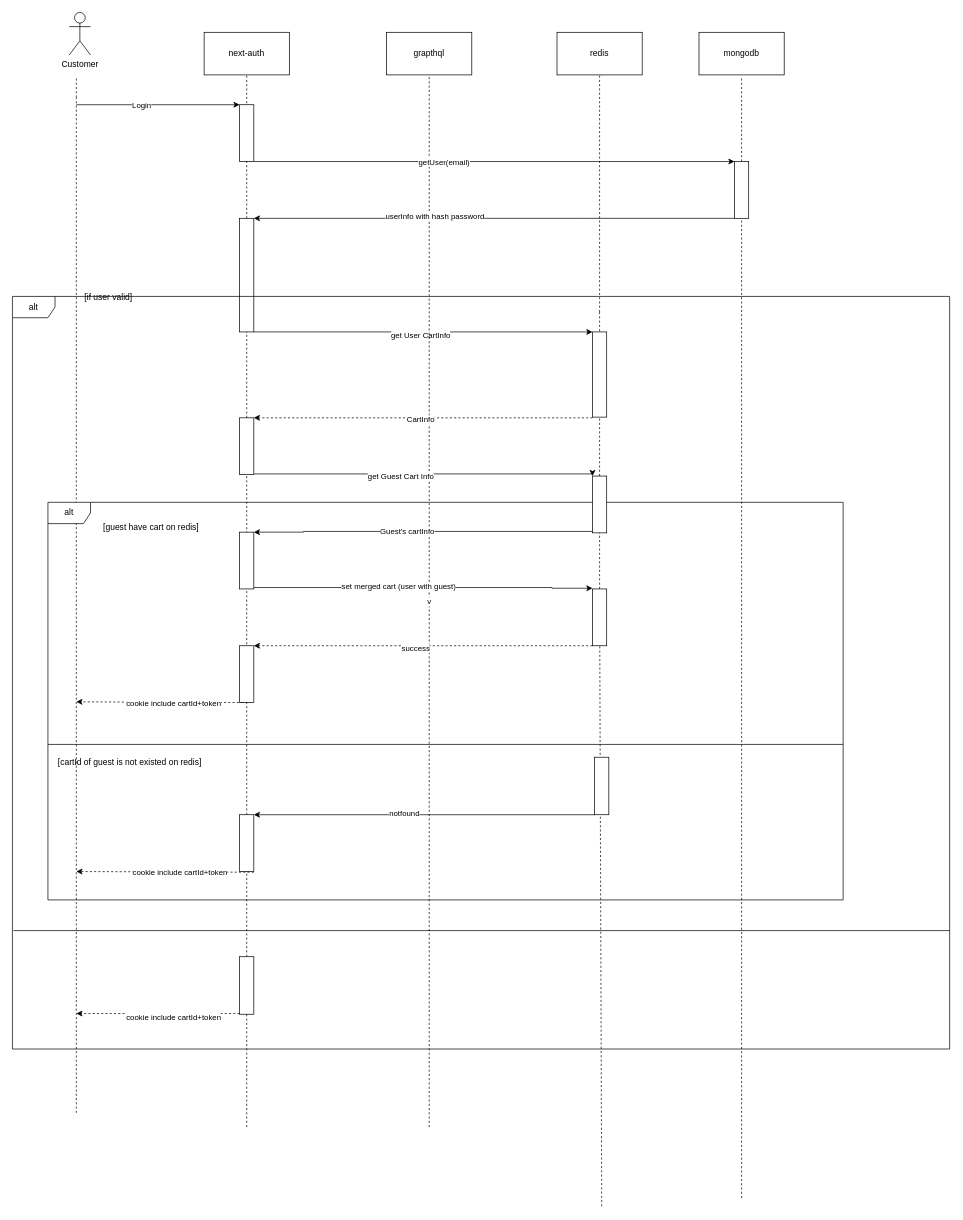
The draw.io diagram public/Biểu đồ không có tiêu đề.drawio in skylie628/next-ecommerce-project, before the edit. Source tidied: cells renumbered, new cells numbered last; positions are measured from the earlier drawing's top-left corner, leaving out a move shared by most shapes. Both pictures are drawn from the tidied source at 71%, with x=0, y=0 at pixel (12, 12).
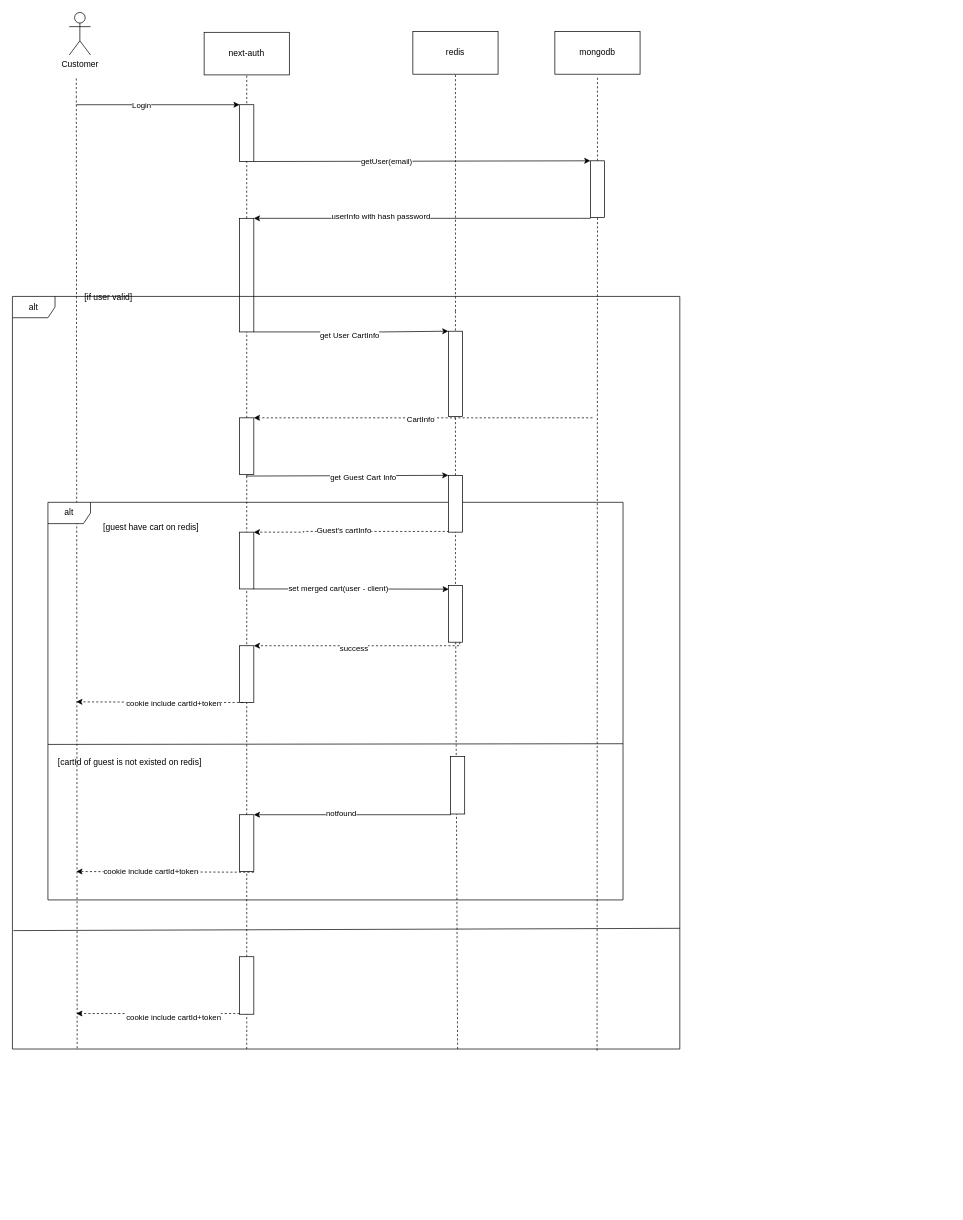
Above is the later version.

Unchanged cells that the change refers to:
```xml
<mxCell id="25" style="rounded=0;whiteSpace=wrap;html=1;" parent="1" vertex="1">
  <mxGeometry x="320" y="571" width="20" height="80" as="geometry" />
</mxCell>
<mxCell id="44" style="rounded=0;whiteSpace=wrap;html=1;" parent="1" vertex="1">
  <mxGeometry x="320" y="732" width="20" height="80" as="geometry" />
</mxCell>
<mxCell id="49" style="rounded=0;whiteSpace=wrap;html=1;" parent="1" vertex="1">
  <mxGeometry x="320" y="892" width="20" height="80" as="geometry" />
</mxCell>
<mxCell id="58" style="rounded=0;whiteSpace=wrap;html=1;" parent="1" vertex="1">
  <mxGeometry x="320" y="1130" width="20" height="80" as="geometry" />
</mxCell>
<mxCell id="59" style="endArrow=classic;html=1;rounded=0;exitX=0.25;exitY=1;exitDx=0;exitDy=0;dashed=1;" parent="1" edge="1">
  <mxGeometry relative="1" as="geometry">
    <mxPoint x="340" y="1211" as="sourcePoint" />
    <mxPoint x="90" y="1210" as="targetPoint" />
  </mxGeometry>
</mxCell>
<mxCell id="65" style="rounded=0;whiteSpace=wrap;html=1;" parent="1" vertex="1">
  <mxGeometry x="320" y="1330" width="20" height="81" as="geometry" />
</mxCell>
```

The edit, as a diff of the source:
```diff
@@
-    <mxCell id="6" value="grapthql" style="rounded=0;whiteSpace=wrap;html=1;" parent="1" vertex="1">
-      <mxGeometry x="527" y="28" width="120" height="60" as="geometry" />
-    </mxCell>
@@
-    <mxCell id="9" style="endArrow=none;dashed=1;html=1;rounded=0;" parent="1" edge="1">
+    <mxCell id="9" style="endArrow=none;dashed=1;html=1;rounded=0;exitX=0.097;exitY=0.999;exitDx=0;exitDy=0;exitPerimeter=0;" parent="1" edge="1" source="32">
       <mxGeometry relative="1" as="geometry">
-        <mxPoint x="90" y="1550" as="sourcePoint" />
         <mxPoint x="90" y="120" as="targetPoint" />
       </mxGeometry>
     </mxCell>
@@
-    <mxCell id="11" value="v" style="endArrow=none;dashed=1;html=1;rounded=0;" parent="1" edge="1">
-      <mxGeometry relative="1" as="geometry">
-        <mxPoint x="587" y="1570" as="sourcePoint" />
-        <mxPoint x="587" y="90" as="targetPoint" />
-      </mxGeometry>
-    </mxCell>
@@
     <mxCell id="15" value="redis" style="rounded=0;whiteSpace=wrap;html=1;" parent="1" vertex="1">
-      <mxGeometry x="767" y="28" width="120" height="60" as="geometry" />
+      <mxGeometry x="564" y="27" width="120" height="60" as="geometry" />
     </mxCell>
     <mxCell id="16" style="endArrow=none;dashed=1;html=1;rounded=0;entryX=0.5;entryY=1;entryDx=0;entryDy=0;" parent="1" edge="1" target="15">
       <mxGeometry relative="1" as="geometry">
-        <mxPoint x="827" y="422" as="sourcePoint" />
+        <mxPoint x="624" y="421" as="sourcePoint" />
       </mxGeometry>
     </mxCell>
     <mxCell id="17" value="mongodb" style="rounded=0;whiteSpace=wrap;html=1;" parent="1" vertex="1">
-      <mxGeometry x="967" y="28" width="120" height="60" as="geometry" />
+      <mxGeometry x="764" y="27" width="120" height="60" as="geometry" />
     </mxCell>
     <mxCell id="18" style="endArrow=none;dashed=1;html=1;rounded=0;" parent="1" edge="1" source="39">
       <mxGeometry relative="1" as="geometry">
-        <mxPoint x="1027" y="90" as="targetPoint" />
+        <mxPoint x="824" y="89" as="targetPoint" />
       </mxGeometry>
     </mxCell>
     <mxCell id="19" style="endArrow=none;dashed=1;html=1;rounded=0;" parent="1" edge="1" source="31">
       <mxGeometry relative="1" as="geometry">
-        <mxPoint x="827" y="420" as="targetPoint" />
+        <mxPoint x="624" y="419" as="targetPoint" />
       </mxGeometry>
     </mxCell>
@@
     <mxCell id="23" style="edgeStyle=orthogonalEdgeStyle;rounded=0;jettySize=auto;html=1;entryX=0;entryY=0;entryDx=0;entryDy=0;" parent="1" edge="1" source="25" target="31">
       <mxGeometry relative="1" as="geometry">
         <Array as="points">
-          <mxPoint x="817" y="650" />
+          <mxPoint x="330" y="653" />
         </Array>
       </mxGeometry>
     </mxCell>
     <mxCell id="24" value="get Guest Cart Info" style="edgeLabel;html=1;align=center;verticalAlign=middle;" parent="23" vertex="1">
-      <mxGeometry x="-0.14" y="-2" relative="1" as="geometry" />
+      <mxGeometry x="-0.14" y="-2" relative="1" as="geometry">
+        <mxPoint x="42" as="offset" />
+      </mxGeometry>
     </mxCell>
@@
     <mxCell id="26" value="alt" style="shape=umlFrame;whiteSpace=wrap;html=1;" parent="1" vertex="1">
-      <mxGeometry x="50" y="690" width="1120" height="560" as="geometry" />
+      <mxGeometry x="50" y="690" width="810" height="560" as="geometry" />
     </mxCell>
@@
     <mxCell id="28" style="endArrow=none;dashed=1;html=1;rounded=0;" parent="1" edge="1" target="31">
       <mxGeometry relative="1" as="geometry">
-        <mxPoint x="827" y="812" as="sourcePoint" />
+        <mxPoint x="624" y="811" as="sourcePoint" />
       </mxGeometry>
     </mxCell>
-    <mxCell id="29" style="edgeStyle=orthogonalEdgeStyle;rounded=0;jettySize=auto;html=1;entryX=1;entryY=0;entryDx=0;entryDy=0;exitX=0;exitY=1;exitDx=0;exitDy=0;" parent="1" edge="1" target="44">
+    <mxCell id="29" style="edgeStyle=orthogonalEdgeStyle;rounded=0;jettySize=auto;html=1;entryX=1;entryY=0;entryDx=0;entryDy=0;dashed=1;" parent="1" edge="1" target="44">
       <mxGeometry relative="1" as="geometry">
-        <mxPoint x="817" y="732" as="sourcePoint" />
+        <mxPoint x="620" y="732" as="sourcePoint" />
         <Array as="points">
           <mxPoint x="410" y="731" />
         </Array>
       </mxGeometry>
     </mxCell>
     <mxCell id="30" value="Guest's cartInfo" style="edgeLabel;html=1;align=center;verticalAlign=middle;" parent="29" vertex="1">
-      <mxGeometry x="0.1" y="-1" relative="1" as="geometry" />
+      <mxGeometry x="0.1" y="-1" relative="1" as="geometry">
+        <mxPoint y="-1" as="offset" />
+      </mxGeometry>
     </mxCell>
     <mxCell id="31" style="rounded=0;whiteSpace=wrap;html=1;" parent="1" vertex="1">
-      <mxGeometry x="817" y="653" width="20" height="80" as="geometry" />
+      <mxGeometry x="614" y="652" width="20" height="80" as="geometry" />
     </mxCell>
     <mxCell id="32" value="alt" style="shape=umlFrame;whiteSpace=wrap;html=1;" parent="1" vertex="1">
-      <mxGeometry y="400" width="1320" height="1060" as="geometry" />
+      <mxGeometry y="400" width="940" height="1060" as="geometry" />
     </mxCell>
@@
-    <mxCell id="36" style="endArrow=none;dashed=1;html=1;rounded=0;entryX=0.5;entryY=1;entryDx=0;entryDy=0;" parent="1" edge="1" target="39">
-      <mxGeometry relative="1" as="geometry">
-        <mxPoint x="1027" y="1670" as="sourcePoint" />
-      </mxGeometry>
+    <mxCell id="36" style="endArrow=none;dashed=1;html=1;rounded=0;entryX=0.5;entryY=1;entryDx=0;entryDy=0;exitX=0.876;exitY=1.002;exitDx=0;exitDy=0;exitPerimeter=0;" parent="1" edge="1" source="32" target="39">
+      <mxGeometry relative="1" as="geometry" />
     </mxCell>
@@
     <mxCell id="39" style="rounded=0;whiteSpace=wrap;html=1;" parent="1" vertex="1">
-      <mxGeometry x="1017" y="210" width="20" height="80" as="geometry" />
+      <mxGeometry x="814" y="209" width="20" height="80" as="geometry" />
     </mxCell>
@@
     <mxCell id="41" style="rounded=0;whiteSpace=wrap;html=1;" parent="1" vertex="1">
-      <mxGeometry x="817" y="450" width="20" height="120" as="geometry" />
+      <mxGeometry x="614" y="449" width="20" height="120" as="geometry" />
     </mxCell>
-    <mxCell id="42" style="edgeStyle=orthogonalEdgeStyle;rounded=0;orthogonalLoop=1;jettySize=auto;html=1;entryX=0;entryY=0;entryDx=0;entryDy=0;" parent="1" edge="1">
-      <mxGeometry relative="1" as="geometry">
-        <mxPoint x="340" y="810" as="sourcePoint" />
-        <mxPoint x="817" y="811" as="targetPoint" />
-        <Array as="points">
-          <mxPoint x="760" y="810" />
-          <mxPoint x="760" y="811" />
-        </Array>
-      </mxGeometry>
-    </mxCell>
-    <mxCell id="43" value="set merged cart (user with guest)" style="edgeLabel;html=1;align=center;verticalAlign=middle;" parent="42" vertex="1">
-      <mxGeometry x="-0.15" y="2" relative="1" as="geometry" />
-    </mxCell>
@@
     <mxCell id="45" style="endArrow=none;dashed=1;html=1;rounded=0;" parent="1" edge="1">
       <mxGeometry relative="1" as="geometry">
-        <mxPoint x="830" y="1681.7" as="sourcePoint" />
-        <mxPoint x="827" y="816" as="targetPoint" />
+        <mxPoint x="627" y="1460" as="sourcePoint" />
+        <mxPoint x="624" y="815" as="targetPoint" />
       </mxGeometry>
     </mxCell>
     <mxCell id="46" style="edgeStyle=orthogonalEdgeStyle;rounded=0;jettySize=auto;html=1;entryX=1;entryY=0;entryDx=0;entryDy=0;dashed=1;" parent="1" edge="1" source="48" target="49">
       <mxGeometry relative="1" as="geometry">
         <Array as="points">
-          <mxPoint x="670" y="892" />
-          <mxPoint x="670" y="892" />
+          <mxPoint x="630" y="892" />
         </Array>
       </mxGeometry>
     </mxCell>
@@
     <mxCell id="48" style="rounded=0;whiteSpace=wrap;html=1;" parent="1" vertex="1">
-      <mxGeometry x="817" y="812" width="20" height="80" as="geometry" />
+      <mxGeometry x="614" y="807" width="20" height="80" as="geometry" />
     </mxCell>
@@
-    <mxCell id="52" style="endArrow=none;html=1;rounded=0;exitX=0;exitY=0.837;exitDx=0;exitDy=0;exitPerimeter=0;entryX=1;entryY=0.837;entryDx=0;entryDy=0;entryPerimeter=0;" parent="1" edge="1">
+    <mxCell id="52" style="endArrow=none;html=1;rounded=0;exitX=0;exitY=0.837;exitDx=0;exitDy=0;exitPerimeter=0;" parent="1" edge="1">
       <mxGeometry relative="1" as="geometry">
         <mxPoint x="50" y="1031" as="sourcePoint" />
-        <mxPoint x="1170" y="1031" as="targetPoint" />
+        <mxPoint x="860" y="1030" as="targetPoint" />
       </mxGeometry>
     </mxCell>
@@
-    <mxCell id="54" style="edgeStyle=orthogonalEdgeStyle;rounded=0;jettySize=auto;html=1;entryX=1;entryY=0;entryDx=0;entryDy=0;" parent="1" edge="1" source="56" target="58">
+    <mxCell id="54" style="edgeStyle=orthogonalEdgeStyle;rounded=0;jettySize=auto;html=1;entryX=1;entryY=0;entryDx=0;entryDy=0;exitX=0;exitY=1;exitDx=0;exitDy=0;" parent="1" edge="1" source="56" target="58">
       <mxGeometry relative="1" as="geometry">
         <Array as="points">
-          <mxPoint x="830" y="1130" />
+          <mxPoint x="617" y="1130" />
         </Array>
       </mxGeometry>
     </mxCell>
@@
     <mxCell id="56" style="rounded=0;whiteSpace=wrap;html=1;" parent="1" vertex="1">
-      <mxGeometry x="820" y="1049" width="20" height="81" as="geometry" />
+      <mxGeometry x="617" y="1048" width="20" height="81" as="geometry" />
     </mxCell>
@@
     <mxCell id="60" value="cookie include cartId+token" style="edgeLabel;html=1;align=center;verticalAlign=middle;" parent="59" vertex="1">
-      <mxGeometry x="-0.17" y="1" relative="1" as="geometry" />
+      <mxGeometry x="-0.17" y="1" relative="1" as="geometry">
+        <mxPoint x="-41" y="-2" as="offset" />
+      </mxGeometry>
     </mxCell>
-    <mxCell id="61" style="endArrow=none;html=1;rounded=0;exitX=0.001;exitY=0.908;exitDx=0;exitDy=0;exitPerimeter=0;entryX=1;entryY=0.908;entryDx=0;entryDy=0;entryPerimeter=0;" parent="1" edge="1">
+    <mxCell id="61" style="endArrow=none;html=1;rounded=0;exitX=0.001;exitY=0.908;exitDx=0;exitDy=0;exitPerimeter=0;" parent="1" edge="1">
       <mxGeometry relative="1" as="geometry">
         <mxPoint x="1.3" y="1293.2" as="sourcePoint" />
-        <mxPoint x="1320" y="1293.2" as="targetPoint" />
+        <mxPoint x="940" y="1290" as="targetPoint" />
       </mxGeometry>
     </mxCell>
     <mxCell id="62" style="endArrow=none;dashed=1;html=1;rounded=0;" parent="1" edge="1" target="65">
       <mxGeometry relative="1" as="geometry">
-        <mxPoint x="330" y="1570" as="sourcePoint" />
+        <mxPoint x="330" y="1460" as="sourcePoint" />
       </mxGeometry>
     </mxCell>
@@
+    <mxCell id="66" style="edgeStyle=orthogonalEdgeStyle;rounded=0;jettySize=auto;html=1;entryX=0.026;entryY=0.066;entryDx=0;entryDy=0;entryPerimeter=0;exitX=1;exitY=1;exitDx=0;exitDy=0;" parent="1" edge="1" source="44" target="48">
+      <mxGeometry relative="1" as="geometry">
+        <Array as="points">
+          <mxPoint x="410" y="812" />
+          <mxPoint x="410" y="812" />
+        </Array>
+      </mxGeometry>
+    </mxCell>
+    <mxCell id="67" value="&lt;div&gt;set merged cart(user - client)&lt;/div&gt;" style="edgeLabel;html=1;align=center;verticalAlign=middle;" parent="66" vertex="1">
+      <mxGeometry x="-0.14" y="2" relative="1" as="geometry" />
+    </mxCell>
```
